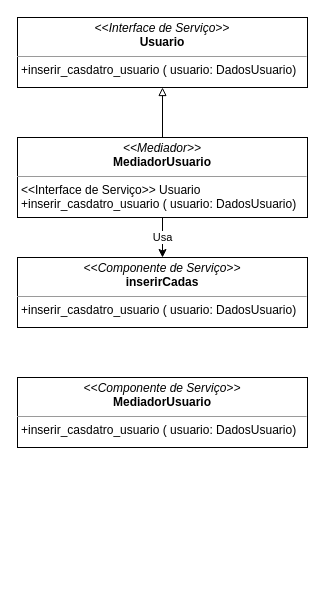
Before: page "IntUsuarDiagramaRealizacaoServicosUML" (2 of 8) of DEC/DiagramaMensagensServicos.drawio in luca-moraes/projetoCorintoModelagem, a draw.io diagram. Source tidied: cells renumbered, new cells numbered last; positions are measured from the earlier drawing's top-left corner, leaving out a move shared by most shapes. Both pictures are drawn from the tidied source at 100%, with x=0, y=0 at pixel (17, 17).
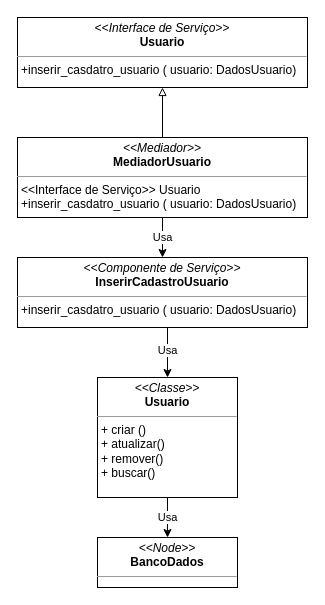
Above is the later version.

Diff of the diagram source:
```diff
@@
 <mxGraphModel>
   <root>
     <mxCell id="0" />
     <mxCell id="1" parent="0" />
     <mxCell id="2" value="&lt;p style=&quot;margin:0px;margin-top:4px;text-align:center;&quot;&gt;&lt;i&gt;&amp;lt;&amp;lt;Interface de Serviço&amp;gt;&amp;gt;&lt;/i&gt;&lt;br&gt;&lt;b&gt;Usuario&lt;/b&gt;&lt;/p&gt;&lt;hr size=&quot;1&quot;&gt;&lt;p style=&quot;margin:0px;margin-left:4px;&quot;&gt;+inserir_casdatro_usuario ( usuario: DadosUsuario)&lt;/p&gt;" style="verticalAlign=top;align=left;overflow=fill;fontSize=12;fontFamily=Helvetica;html=1;whiteSpace=wrap;" parent="1" vertex="1">
       <mxGeometry width="290" height="70" as="geometry" />
     </mxCell>
     <mxCell id="3" style="edgeStyle=orthogonalEdgeStyle;rounded=0;jettySize=auto;html=1;exitX=0.5;exitY=0;exitDx=0;exitDy=0;entryX=0.5;entryY=1;entryDx=0;entryDy=0;endArrow=block;endFill=0;" parent="1" edge="1" source="5" target="2">
       <mxGeometry relative="1" as="geometry" />
     </mxCell>
     <mxCell id="4" value="Usa" style="edgeStyle=orthogonalEdgeStyle;rounded=0;jettySize=auto;html=1;exitX=0.5;exitY=1;exitDx=0;exitDy=0;entryX=0.5;entryY=0;entryDx=0;entryDy=0;" parent="1" edge="1" source="5" target="6">
       <mxGeometry relative="1" as="geometry" />
     </mxCell>
     <mxCell id="5" value="&lt;p style=&quot;margin:0px;margin-top:4px;text-align:center;&quot;&gt;&lt;i&gt;&amp;lt;&amp;lt;Mediador&amp;gt;&amp;gt;&lt;/i&gt;&lt;br&gt;&lt;b&gt;MediadorUsuario&lt;/b&gt;&lt;/p&gt;&lt;hr size=&quot;1&quot;&gt;&lt;p style=&quot;margin:0px;margin-left:4px;&quot;&gt;&amp;lt;&amp;lt;Interface de Serviço&amp;gt;&amp;gt; Usuario&lt;/p&gt;&lt;p style=&quot;margin:0px;margin-left:4px;&quot;&gt;+inserir_casdatro_usuario ( usuario: DadosUsuario)&lt;/p&gt;" style="verticalAlign=top;align=left;overflow=fill;fontSize=12;fontFamily=Helvetica;html=1;whiteSpace=wrap;" parent="1" vertex="1">
       <mxGeometry y="120" width="290" height="80" as="geometry" />
     </mxCell>
+    <mxCell id="8" value="Usa" style="edgeStyle=orthogonalEdgeStyle;rounded=0;jettySize=auto;html=1;exitX=0.5;exitY=1;exitDx=0;exitDy=0;entryX=0.5;entryY=0;entryDx=0;entryDy=0;" parent="1" edge="1" source="6" target="7">
+      <mxGeometry relative="1" as="geometry">
+        <Array as="points">
+          <mxPoint x="150" y="310" />
+        </Array>
+      </mxGeometry>
+    </mxCell>
-    <mxCell id="6" value="&lt;p style=&quot;margin:0px;margin-top:4px;text-align:center;&quot;&gt;&lt;i&gt;&amp;lt;&amp;lt;Componente de Serviço&amp;gt;&amp;gt;&lt;/i&gt;&lt;br&gt;&lt;b&gt;inserirCadas&lt;/b&gt;&lt;/p&gt;&lt;hr size=&quot;1&quot;&gt;&lt;p style=&quot;margin:0px;margin-left:4px;&quot;&gt;&lt;span style=&quot;background-color: initial;&quot;&gt;+inserir_casdatro_usuario ( usuario: DadosUsuario)&lt;/span&gt;&lt;/p&gt;" style="verticalAlign=top;align=left;overflow=fill;fontSize=12;fontFamily=Helvetica;html=1;whiteSpace=wrap;" parent="1" vertex="1">
+    <mxCell id="6" value="&lt;p style=&quot;margin:0px;margin-top:4px;text-align:center;&quot;&gt;&lt;i&gt;&amp;lt;&amp;lt;Componente de Serviço&amp;gt;&amp;gt;&lt;/i&gt;&lt;br&gt;&lt;b&gt;InserirCadastroUsuario&lt;/b&gt;&lt;/p&gt;&lt;hr size=&quot;1&quot;&gt;&lt;p style=&quot;margin:0px;margin-left:4px;&quot;&gt;&lt;span style=&quot;background-color: initial;&quot;&gt;+inserir_casdatro_usuario ( usuario: DadosUsuario)&lt;/span&gt;&lt;/p&gt;" style="verticalAlign=top;align=left;overflow=fill;fontSize=12;fontFamily=Helvetica;html=1;whiteSpace=wrap;" parent="1" vertex="1">
       <mxGeometry y="240" width="290" height="70" as="geometry" />
     </mxCell>
+    <mxCell id="9" value="Usa" style="edgeStyle=orthogonalEdgeStyle;rounded=0;jettySize=auto;html=1;exitX=0.5;exitY=1;exitDx=0;exitDy=0;entryX=0.5;entryY=0;entryDx=0;entryDy=0;" parent="1" edge="1" source="7" target="10">
+      <mxGeometry relative="1" as="geometry" />
+    </mxCell>
-    <mxCell id="7" value="&lt;p style=&quot;margin:0px;margin-top:4px;text-align:center;&quot;&gt;&lt;i&gt;&amp;lt;&amp;lt;Componente de Serviço&amp;gt;&amp;gt;&lt;/i&gt;&lt;br&gt;&lt;b&gt;MediadorUsuario&lt;/b&gt;&lt;/p&gt;&lt;hr size=&quot;1&quot;&gt;&lt;p style=&quot;margin:0px;margin-left:4px;&quot;&gt;&lt;span style=&quot;background-color: initial;&quot;&gt;+inserir_casdatro_usuario ( usuario: DadosUsuario)&lt;/span&gt;&lt;/p&gt;" style="verticalAlign=top;align=left;overflow=fill;fontSize=12;fontFamily=Helvetica;html=1;whiteSpace=wrap;" parent="1" vertex="1">
-      <mxGeometry y="360" width="290" height="70" as="geometry" />
+    <mxCell id="7" value="&lt;p style=&quot;margin:0px;margin-top:4px;text-align:center;&quot;&gt;&lt;i&gt;&amp;lt;&amp;lt;Classe&amp;gt;&amp;gt;&lt;/i&gt;&lt;br&gt;&lt;b&gt;Usuario&lt;/b&gt;&lt;/p&gt;&lt;hr size=&quot;1&quot;&gt;&lt;p style=&quot;margin:0px;margin-left:4px;&quot;&gt;&lt;span style=&quot;background-color: initial;&quot;&gt;+ criar ()&lt;/span&gt;&lt;/p&gt;&lt;p style=&quot;margin:0px;margin-left:4px;&quot;&gt;&lt;span style=&quot;background-color: initial;&quot;&gt;+ atualizar()&lt;/span&gt;&lt;/p&gt;&lt;p style=&quot;margin:0px;margin-left:4px;&quot;&gt;&lt;span style=&quot;background-color: initial;&quot;&gt;+ remover()&lt;/span&gt;&lt;/p&gt;&lt;p style=&quot;margin:0px;margin-left:4px;&quot;&gt;&lt;span style=&quot;background-color: initial;&quot;&gt;+ buscar()&lt;/span&gt;&lt;/p&gt;" style="verticalAlign=top;align=left;overflow=fill;fontSize=12;fontFamily=Helvetica;html=1;whiteSpace=wrap;" parent="1" vertex="1">
+      <mxGeometry x="80" y="360" width="140" height="120" as="geometry" />
     </mxCell>
+    <mxCell id="10" value="&lt;p style=&quot;margin:0px;margin-top:4px;text-align:center;&quot;&gt;&lt;i&gt;&amp;lt;&amp;lt;Node&amp;gt;&amp;gt;&lt;/i&gt;&lt;br&gt;&lt;b&gt;BancoDados&lt;/b&gt;&lt;/p&gt;&lt;hr size=&quot;1&quot;&gt;&lt;p style=&quot;margin:0px;margin-left:4px;&quot;&gt;&lt;br&gt;&lt;/p&gt;" style="verticalAlign=top;align=left;overflow=fill;fontSize=12;fontFamily=Helvetica;html=1;whiteSpace=wrap;" parent="1" vertex="1">
+      <mxGeometry x="80" y="520" width="140" height="50" as="geometry" />
+    </mxCell>
   </root>
 </mxGraphModel>
```
